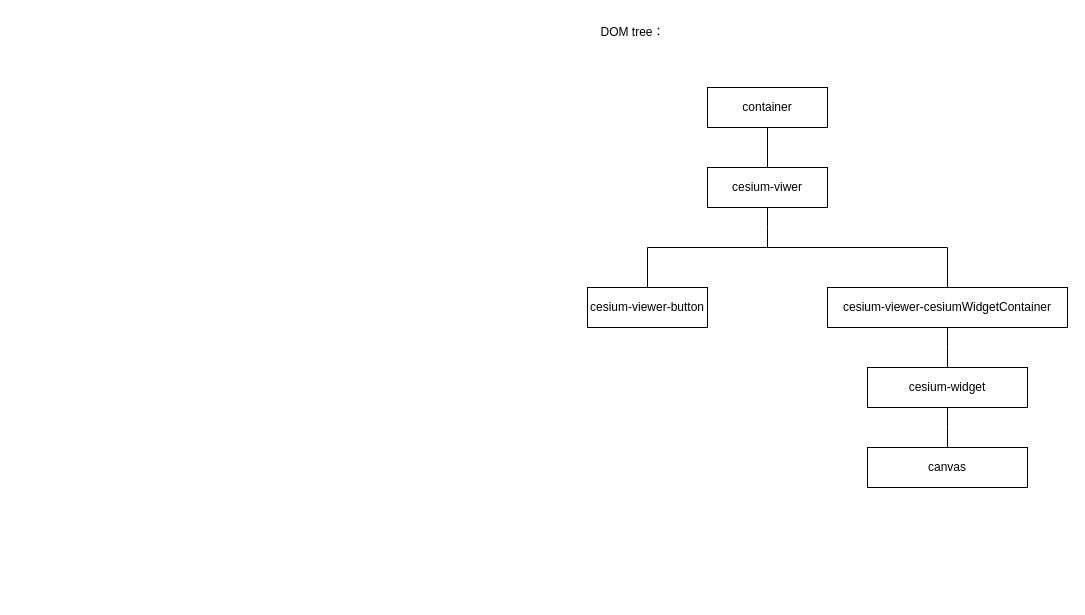
Earlier version of the draw.io diagram page "Viewer" (2 of 2) of cesium.drawio (bigbigbig2/mind-map). Source tidied: cells renumbered, new cells numbered last; positions are measured from the earlier drawing's top-left corner, leaving out a move shared by most shapes. Both pictures are drawn from the tidied source at 100%, with x=0, y=0 at pixel (587, 17).
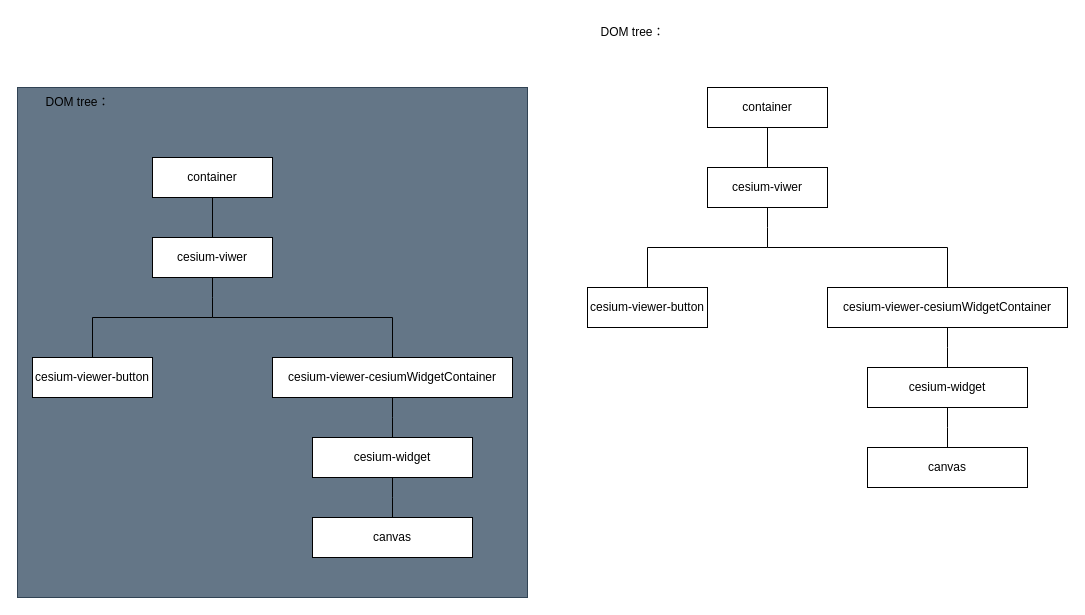
Above is the later version.

Diff of the diagram source:
```diff
@@
+    <mxCell id="15" style="whiteSpace=wrap;html=1;fillColor=#647687;strokeColor=#314354;fontColor=#ffffff;" parent="1" vertex="1">
+      <mxGeometry x="-570" y="70" width="510" height="510" as="geometry" />
+    </mxCell>
+    <mxCell id="16" style="edgeStyle=elbowEdgeStyle;rounded=0;jettySize=auto;html=1;startArrow=none;endArrow=none;strokeColor=default;exitX=0.5;exitY=1;exitDx=0;exitDy=0;entryX=0.5;entryY=0;entryDx=0;entryDy=0;" parent="1" edge="1" source="19" target="21">
+      <mxGeometry relative="1" as="geometry">
+        <Array as="points">
+          <mxPoint x="-375" y="220" />
+          <mxPoint x="-535" y="230" />
+          <mxPoint x="-405" y="190" />
+          <mxPoint x="-405" y="190" />
+          <mxPoint x="-525" y="200" />
+        </Array>
+      </mxGeometry>
+    </mxCell>
+    <mxCell id="17" style="edgeStyle=elbowEdgeStyle;rounded=0;jettySize=auto;html=1;startArrow=none;endArrow=none;strokeColor=default;entryX=0.5;entryY=0;entryDx=0;entryDy=0;" parent="1" edge="1" target="24">
+      <mxGeometry relative="1" as="geometry">
+        <mxPoint x="-375" y="300" as="sourcePoint" />
+        <Array as="points">
+          <mxPoint x="-195" y="320" />
+          <mxPoint x="-215" y="220" />
+          <mxPoint x="-235" y="190" />
+        </Array>
+      </mxGeometry>
+    </mxCell>
+    <mxCell id="18" style="edgeStyle=elbowEdgeStyle;jettySize=auto;html=1;startArrow=none;endArrow=none;strokeColor=default;rounded=0;" parent="1" edge="1" target="25">
+      <mxGeometry relative="1" as="geometry">
+        <mxPoint x="-375" y="300" as="sourcePoint" />
+        <Array as="points">
+          <mxPoint x="-495" y="330" />
+          <mxPoint x="-525" y="320" />
+          <mxPoint x="-375" y="310" />
+        </Array>
+      </mxGeometry>
+    </mxCell>
+    <mxCell id="19" value="container" style="whiteSpace=wrap;html=1;align=center;newEdgeStyle={&quot;edgeStyle&quot;:&quot;elbowEdgeStyle&quot;,&quot;startArrow&quot;:&quot;none&quot;,&quot;endArrow&quot;:&quot;none&quot;};rounded=0;" parent="1" vertex="1">
+      <mxGeometry x="-435" y="140" width="120" height="40" as="geometry" />
+    </mxCell>
+    <mxCell id="20" style="edgeStyle=elbowEdgeStyle;rounded=0;jettySize=auto;html=1;startArrow=none;endArrow=none;strokeColor=default;" parent="1" edge="1" source="21">
+      <mxGeometry relative="1" as="geometry">
+        <mxPoint x="-375" y="300" as="targetPoint" />
+      </mxGeometry>
+    </mxCell>
+    <mxCell id="21" value="cesium-viwer" style="whiteSpace=wrap;html=1;align=center;newEdgeStyle={&quot;edgeStyle&quot;:&quot;elbowEdgeStyle&quot;,&quot;startArrow&quot;:&quot;none&quot;,&quot;endArrow&quot;:&quot;none&quot;};rounded=0;" parent="1" vertex="1">
+      <mxGeometry x="-435" y="220" width="120" height="40" as="geometry" />
+    </mxCell>
+    <mxCell id="22" value="DOM tree：" style="text;html=1;align=center;verticalAlign=middle;strokeColor=none;fillColor=none;rounded=0;" parent="1" vertex="1">
+      <mxGeometry x="-555" y="70" width="90" height="30" as="geometry" />
+    </mxCell>
+    <mxCell id="23" style="edgeStyle=elbowEdgeStyle;rounded=0;jettySize=auto;html=1;startArrow=none;endArrow=none;" parent="1" edge="1" source="24" target="27">
+      <mxGeometry relative="1" as="geometry" />
+    </mxCell>
+    <mxCell id="24" value="cesium-viewer-cesiumWidgetContainer" style="whiteSpace=wrap;html=1;align=center;newEdgeStyle={&quot;edgeStyle&quot;:&quot;elbowEdgeStyle&quot;,&quot;startArrow&quot;:&quot;none&quot;,&quot;endArrow&quot;:&quot;none&quot;};rounded=0;" parent="1" vertex="1">
+      <mxGeometry x="-315" y="340" width="240" height="40" as="geometry" />
+    </mxCell>
+    <mxCell id="25" value="cesium-viewer-button" style="whiteSpace=wrap;html=1;align=center;newEdgeStyle={&quot;edgeStyle&quot;:&quot;elbowEdgeStyle&quot;,&quot;startArrow&quot;:&quot;none&quot;,&quot;endArrow&quot;:&quot;none&quot;};rounded=0;" parent="1" vertex="1">
+      <mxGeometry x="-555" y="340" width="120" height="40" as="geometry" />
+    </mxCell>
+    <mxCell id="26" style="edgeStyle=elbowEdgeStyle;rounded=0;jettySize=auto;html=1;startArrow=none;endArrow=none;" parent="1" edge="1" source="27" target="28">
+      <mxGeometry relative="1" as="geometry" />
+    </mxCell>
+    <mxCell id="27" value="cesium-widget" style="whiteSpace=wrap;html=1;align=center;newEdgeStyle={&quot;edgeStyle&quot;:&quot;elbowEdgeStyle&quot;,&quot;startArrow&quot;:&quot;none&quot;,&quot;endArrow&quot;:&quot;none&quot;};rounded=0;" parent="1" vertex="1">
+      <mxGeometry x="-275" y="420" width="160" height="40" as="geometry" />
+    </mxCell>
+    <mxCell id="28" value="canvas" style="whiteSpace=wrap;html=1;align=center;newEdgeStyle={&quot;edgeStyle&quot;:&quot;elbowEdgeStyle&quot;,&quot;startArrow&quot;:&quot;none&quot;,&quot;endArrow&quot;:&quot;none&quot;};rounded=0;" parent="1" vertex="1">
+      <mxGeometry x="-275" y="500" width="160" height="40" as="geometry" />
+    </mxCell>
```
